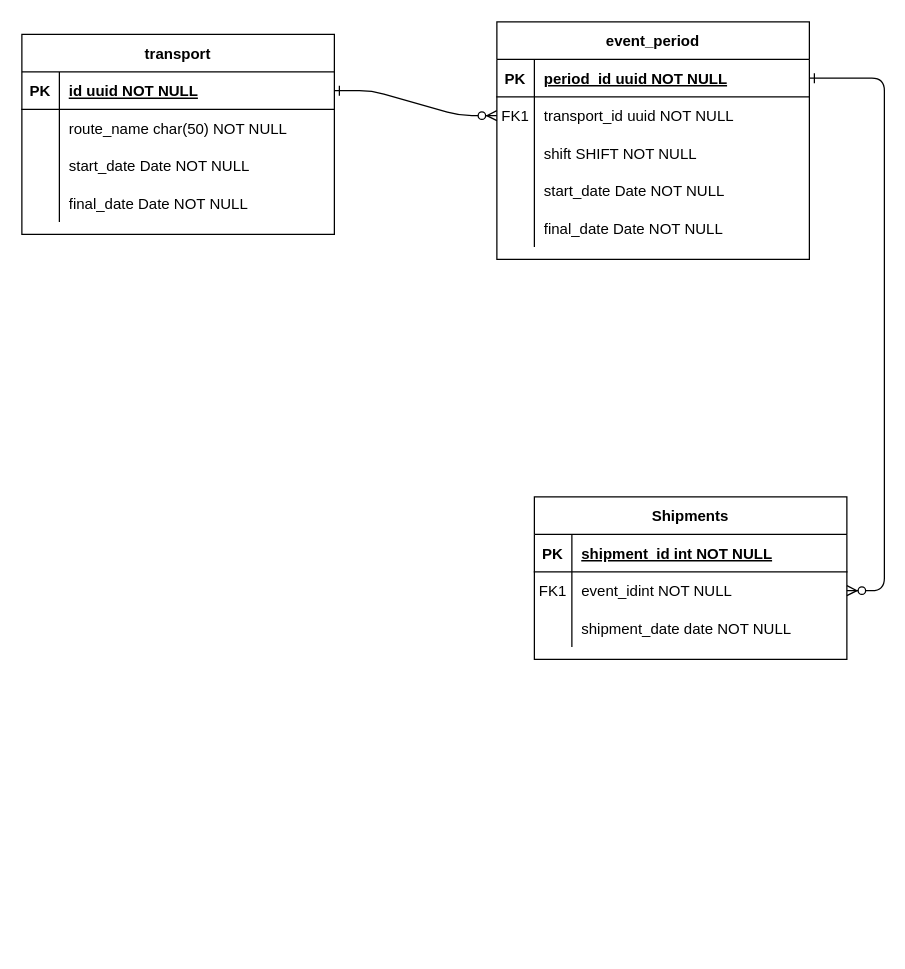
The draw.io diagram Diagrama sem nome.drawio in lucaspere/stagecoaches, before the edit. Source tidied: cells renumbered, new cells numbered last; positions are measured from the earlier drawing's top-left corner, leaving out a move shared by most shapes. Both pictures are drawn from the tidied source at 125%, with x=0, y=0 at pixel (21, 21).
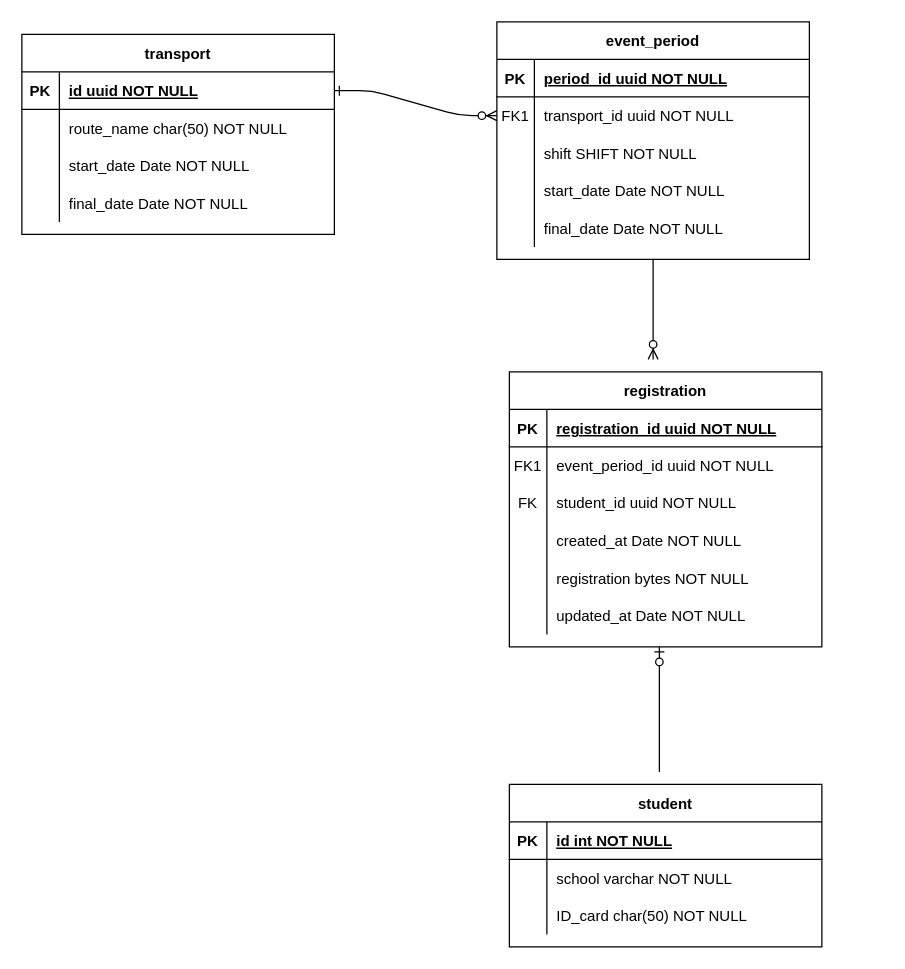
The same diagram, later.

The change refers to these unchanged cells:
```xml
<mxCell id="4" value="event_period" style="shape=table;startSize=30;childLayout=tableLayout;rowLines=0;fontStyle=1;align=center;" parent="1" vertex="1">
  <mxGeometry x="380" width="250" height="190" as="geometry" />
</mxCell>
<mxCell id="5" style="shape=partialRectangle;fillColor=none;points=[[0,0.5],[1,0.5]];portConstraint=eastwest;top=0;left=0;right=0;bottom=1;" parent="4" vertex="1">
  <mxGeometry y="30" width="250" height="30" as="geometry" />
</mxCell>
<mxCell id="21" style="shape=partialRectangle;fillColor=none;top=0;left=0;right=0;bottom=1;" parent="20" vertex="1">
  <mxGeometry y="30" width="250" height="30" as="geometry" />
</mxCell>
```

The edit, as a diff of the source:
```diff
@@
-    <mxCell id="3" style="edgeStyle=entityRelationEdgeStyle;endArrow=ERzeroToMany;startArrow=ERone;endFill=1;startFill=0;" parent="1" edge="1" source="5" target="24">
-      <mxGeometry relative="1" as="geometry" />
-    </mxCell>
@@
-    <mxCell id="20" value="Shipments" style="shape=table;startSize=30;childLayout=tableLayout;rowLines=0;fontStyle=1;align=center;" parent="1" vertex="1">
-      <mxGeometry x="410" y="380" width="250" height="130" as="geometry" />
+    <mxCell id="20" value="student" style="shape=table;startSize=30;childLayout=tableLayout;rowLines=0;fontStyle=1;align=center;" parent="1" vertex="1">
+      <mxGeometry x="390" y="610" width="250" height="130" as="geometry" />
     </mxCell>
@@
-    <mxCell id="23" value="shipment_id int NOT NULL " style="shape=partialRectangle;overflow=hidden;fillColor=none;top=0;left=0;bottom=0;right=0;align=left;spacingLeft=6;fontStyle=5;" parent="21" vertex="1">
+    <mxCell id="23" value="id int NOT NULL " style="shape=partialRectangle;overflow=hidden;fillColor=none;top=0;left=0;bottom=0;right=0;align=left;spacingLeft=6;fontStyle=5;" parent="21" vertex="1">
       <mxGeometry x="30" width="220" height="30" as="geometry" />
     </mxCell>
-    <mxCell id="24" style="shape=partialRectangle;fillColor=none;points=[[0,0.5],[1,0.5]];portConstraint=eastwest;top=0;left=0;right=0;bottom=0;" parent="20" vertex="1">
-      <mxGeometry y="60" width="250" height="30" as="geometry" />
-    </mxCell>
-    <mxCell id="25" value="FK1" style="shape=partialRectangle;overflow=hidden;fillColor=none;top=0;left=0;bottom=0;right=0;" parent="24" vertex="1">
-      <mxGeometry width="30" height="30" as="geometry" />
-    </mxCell>
-    <mxCell id="26" value="event_idint NOT NULL" style="shape=partialRectangle;overflow=hidden;fillColor=none;top=0;left=0;bottom=0;right=0;align=left;spacingLeft=6;" parent="24" vertex="1">
-      <mxGeometry x="30" width="220" height="30" as="geometry" />
-    </mxCell>
     <mxCell id="27" style="shape=partialRectangle;fillColor=none;top=0;left=0;right=0;bottom=0;" parent="20" vertex="1">
-      <mxGeometry y="90" width="250" height="30" as="geometry" />
+      <mxGeometry y="60" width="250" height="30" as="geometry" />
     </mxCell>
@@
-    <mxCell id="29" value="shipment_date date NOT NULL" style="shape=partialRectangle;overflow=hidden;fillColor=none;top=0;left=0;bottom=0;right=0;align=left;spacingLeft=6;" parent="27" vertex="1">
+    <mxCell id="29" value="school varchar NOT NULL" style="shape=partialRectangle;overflow=hidden;fillColor=none;top=0;left=0;bottom=0;right=0;align=left;spacingLeft=6;" parent="27" vertex="1">
       <mxGeometry x="30" width="220" height="30" as="geometry" />
     </mxCell>
+    <mxCell id="43" style="shape=tableRow;horizontal=0;startSize=0;swimlaneHead=0;swimlaneBody=0;fillColor=none;top=0;left=0;right=0;bottom=0;" parent="20" vertex="1">
+      <mxGeometry y="90" width="250" height="30" as="geometry" />
+    </mxCell>
+    <mxCell id="44" style="shape=partialRectangle;fillColor=none;top=0;left=0;bottom=0;right=0;overflow=hidden;" parent="43" vertex="1">
+      <mxGeometry width="30" height="30" as="geometry" />
+    </mxCell>
+    <mxCell id="45" value="ID_card char(50) NOT NULL" style="shape=partialRectangle;fillColor=none;top=0;left=0;bottom=0;right=0;align=left;spacingLeft=6;overflow=hidden;" parent="43" vertex="1">
+      <mxGeometry x="30" width="220" height="30" as="geometry" />
+    </mxCell>
@@
+    <mxCell id="46" value="registration" style="shape=table;startSize=30;childLayout=tableLayout;rowLines=0;fontStyle=1;align=center;" parent="1" vertex="1">
+      <mxGeometry x="390" y="280" width="250" height="220" as="geometry" />
+    </mxCell>
+    <mxCell id="47" style="shape=partialRectangle;fillColor=none;top=0;left=0;right=0;bottom=1;" parent="46" vertex="1">
+      <mxGeometry y="30" width="250" height="30" as="geometry" />
+    </mxCell>
+    <mxCell id="48" value="PK" style="shape=partialRectangle;overflow=hidden;fillColor=none;top=0;left=0;bottom=0;right=0;fontStyle=1;" parent="47" vertex="1">
+      <mxGeometry width="30" height="30" as="geometry" />
+    </mxCell>
+    <mxCell id="49" value="registration_id uuid NOT NULL " style="shape=partialRectangle;overflow=hidden;fillColor=none;top=0;left=0;bottom=0;right=0;align=left;spacingLeft=6;fontStyle=5;" parent="47" vertex="1">
+      <mxGeometry x="30" width="220" height="30" as="geometry" />
+    </mxCell>
+    <mxCell id="24" style="shape=partialRectangle;fillColor=none;points=[[0,0.5],[1,0.5]];portConstraint=eastwest;top=0;left=0;right=0;bottom=0;" parent="46" vertex="1">
+      <mxGeometry y="60" width="250" height="30" as="geometry" />
+    </mxCell>
+    <mxCell id="25" value="FK1" style="shape=partialRectangle;overflow=hidden;fillColor=none;top=0;left=0;bottom=0;right=0;" parent="24" vertex="1">
+      <mxGeometry width="30" height="30" as="geometry" />
+    </mxCell>
+    <mxCell id="50" value="event_period_id uuid NOT NULL" style="shape=partialRectangle;overflow=hidden;fillColor=none;top=0;left=0;bottom=0;right=0;align=left;spacingLeft=6;" parent="24" vertex="1">
+      <mxGeometry x="30" width="220" height="30" as="geometry" />
+    </mxCell>
+    <mxCell id="51" style="shape=tableRow;horizontal=0;startSize=0;swimlaneHead=0;swimlaneBody=0;fillColor=none;top=0;left=0;right=0;bottom=0;" parent="46" vertex="1">
+      <mxGeometry y="90" width="250" height="30" as="geometry" />
+    </mxCell>
+    <mxCell id="52" value="FK" style="shape=partialRectangle;fillColor=none;top=0;left=0;bottom=0;right=0;fontStyle=0;overflow=hidden;whiteSpace=wrap;html=1;" parent="51" vertex="1">
+      <mxGeometry width="30" height="30" as="geometry" />
+    </mxCell>
+    <mxCell id="53" value="student_id uuid NOT NULL" style="shape=partialRectangle;fillColor=none;top=0;left=0;bottom=0;right=0;align=left;spacingLeft=6;fontStyle=0;overflow=hidden;whiteSpace=wrap;html=1;" parent="51" vertex="1">
+      <mxGeometry x="30" width="220" height="30" as="geometry" />
+    </mxCell>
+    <mxCell id="54" style="shape=tableRow;horizontal=0;startSize=0;swimlaneHead=0;swimlaneBody=0;fillColor=none;top=0;left=0;right=0;bottom=0;" parent="46" vertex="1">
+      <mxGeometry y="120" width="250" height="30" as="geometry" />
+    </mxCell>
+    <mxCell id="55" style="shape=partialRectangle;fillColor=none;top=0;left=0;bottom=0;right=0;overflow=hidden;" parent="54" vertex="1">
+      <mxGeometry width="30" height="30" as="geometry" />
+    </mxCell>
+    <mxCell id="56" value="created_at Date NOT NULL" style="shape=partialRectangle;fillColor=none;top=0;left=0;bottom=0;right=0;align=left;spacingLeft=6;overflow=hidden;" parent="54" vertex="1">
+      <mxGeometry x="30" width="220" height="30" as="geometry" />
+    </mxCell>
+    <mxCell id="57" style="shape=tableRow;horizontal=0;startSize=0;swimlaneHead=0;swimlaneBody=0;fillColor=none;top=0;left=0;right=0;bottom=0;" parent="46" vertex="1">
+      <mxGeometry y="150" width="250" height="30" as="geometry" />
+    </mxCell>
+    <mxCell id="58" style="shape=partialRectangle;fillColor=none;top=0;left=0;bottom=0;right=0;overflow=hidden;" parent="57" vertex="1">
+      <mxGeometry width="30" height="30" as="geometry" />
+    </mxCell>
+    <mxCell id="59" value="registration bytes NOT NULL" style="shape=partialRectangle;fillColor=none;top=0;left=0;bottom=0;right=0;align=left;spacingLeft=6;overflow=hidden;" parent="57" vertex="1">
+      <mxGeometry x="30" width="220" height="30" as="geometry" />
+    </mxCell>
+    <mxCell id="60" style="shape=tableRow;horizontal=0;startSize=0;swimlaneHead=0;swimlaneBody=0;fillColor=none;top=0;left=0;right=0;bottom=0;" parent="46" vertex="1">
+      <mxGeometry y="180" width="250" height="30" as="geometry" />
+    </mxCell>
+    <mxCell id="61" style="shape=partialRectangle;fillColor=none;top=0;left=0;bottom=0;right=0;overflow=hidden;" parent="60" vertex="1">
+      <mxGeometry width="30" height="30" as="geometry" />
+    </mxCell>
+    <mxCell id="62" value="updated_at Date NOT NULL" style="shape=partialRectangle;fillColor=none;top=0;left=0;bottom=0;right=0;align=left;spacingLeft=6;overflow=hidden;" parent="60" vertex="1">
+      <mxGeometry x="30" width="220" height="30" as="geometry" />
+    </mxCell>
+    <mxCell id="63" style="fontSize=12;html=1;endArrow=ERzeroToMany;endFill=1;rounded=0;exitX=0.5;exitY=1;exitDx=0;exitDy=0;edgeStyle=orthogonalEdgeStyle;" parent="1" edge="1" source="4">
+      <mxGeometry relative="1" as="geometry">
+        <mxPoint x="505" y="270" as="targetPoint" />
+      </mxGeometry>
+    </mxCell>
+    <mxCell id="64" style="fontSize=12;html=1;endArrow=ERzeroToOne;endFill=1;rounded=0;edgeStyle=orthogonalEdgeStyle;" parent="1" edge="1">
+      <mxGeometry relative="1" as="geometry">
+        <mxPoint x="510" y="600" as="sourcePoint" />
+        <mxPoint x="510" y="500" as="targetPoint" />
+      </mxGeometry>
+    </mxCell>
```
